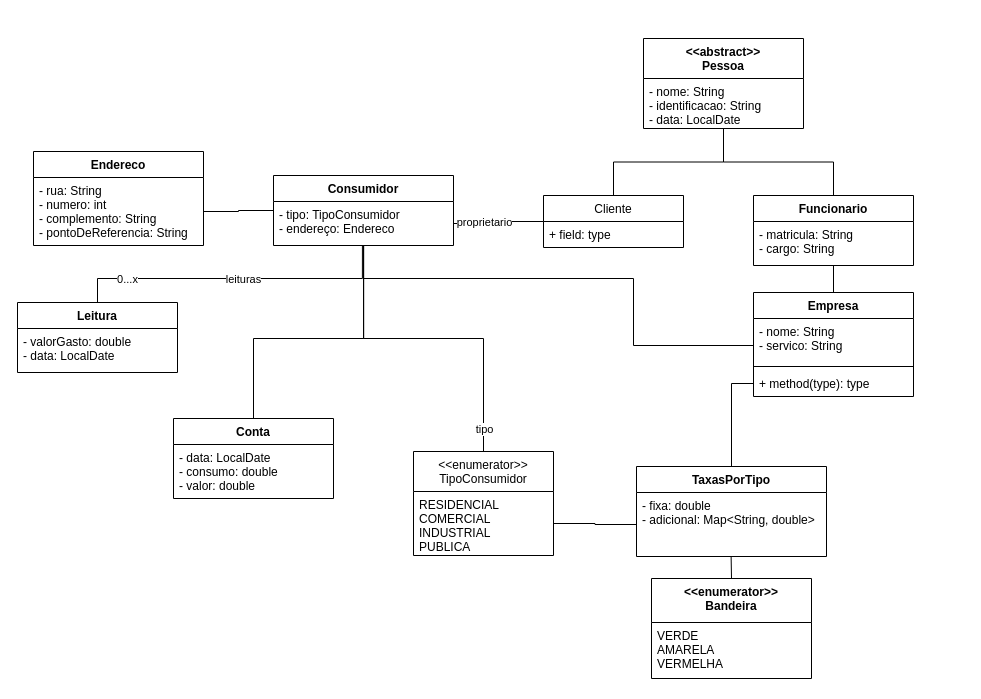
Before: informações do projeto/entrega 02 - diagrama de classes UML/Lifeway.drawio in ronaldo26rodrigues/Lifeway, a draw.io diagram. Source tidied: cells renumbered, new cells numbered last; positions are measured from the earlier drawing's top-left corner, leaving out a move shared by most shapes. Both pictures are drawn from the tidied source at 100%, with x=0, y=0 at pixel (17, 38).
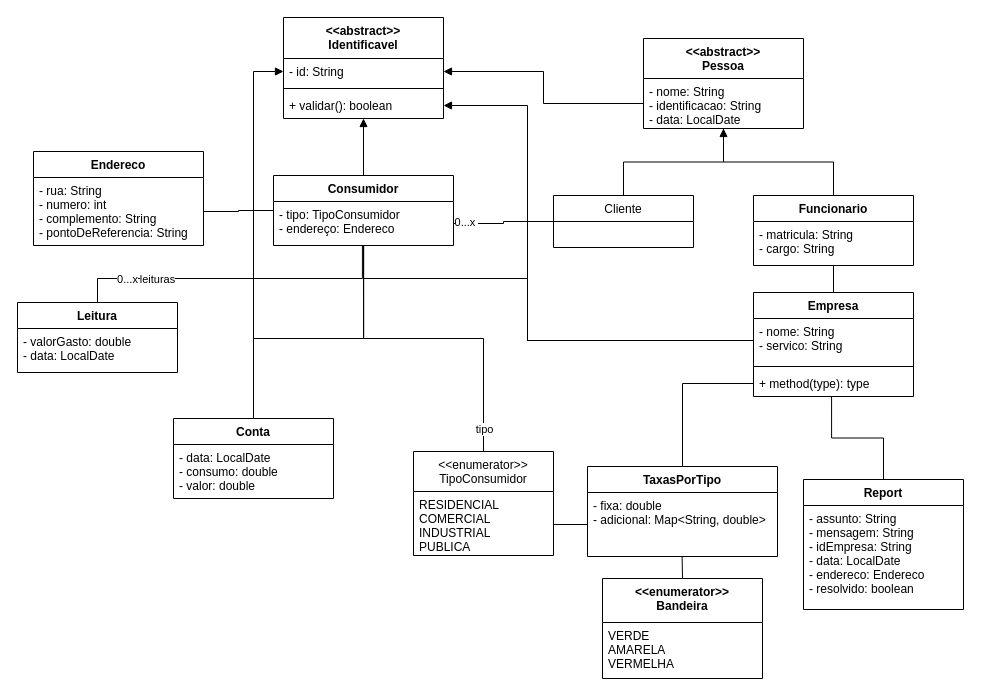
Above is the later version.

The change refers to these unchanged cells:
```xml
<mxCell id="3" style="edgeStyle=orthogonalEdgeStyle;rounded=0;jettySize=auto;html=1;exitX=0.494;exitY=0.997;exitDx=0;exitDy=0;entryX=0.5;entryY=0;entryDx=0;entryDy=0;endArrow=none;endFill=0;exitPerimeter=0;" parent="1" edge="1" source="8" target="26">
  <mxGeometry relative="1" as="geometry">
    <Array as="points">
      <mxPoint x="345" y="240" />
      <mxPoint x="80" y="240" />
    </Array>
  </mxGeometry>
</mxCell>
<mxCell id="7" value="Consumidor" style="swimlane;fontStyle=1;align=center;verticalAlign=top;horizontal=1;startSize=26;" parent="1" vertex="1">
  <mxGeometry x="256" y="137" width="180" height="70" as="geometry" />
</mxCell>
<mxCell id="15" value="&lt;&lt;abstract&gt;&gt;&#10;Pessoa" style="swimlane;fontStyle=1;align=center;verticalAlign=top;horizontal=1;startSize=40;" parent="1" vertex="1">
  <mxGeometry x="626" width="160" height="90" as="geometry" />
</mxCell>
<mxCell id="16" value="- nome: String&#10;- identificacao: String&#10;- data: LocalDate" style="text;strokeColor=none;fillColor=none;align=left;verticalAlign=top;spacingLeft=4;spacingRight=4;overflow=hidden;points=[[0,0.5],[1,0.5]];portConstraint=eastwest;" parent="15" vertex="1">
  <mxGeometry y="40" width="160" height="50" as="geometry" />
</mxCell>
<mxCell id="22" style="edgeStyle=orthogonalEdgeStyle;rounded=0;jettySize=auto;html=1;exitX=0;exitY=0.5;exitDx=0;exitDy=0;entryX=1;entryY=0.5;entryDx=0;entryDy=0;endArrow=none;endFill=0;" parent="1" edge="1" source="24" target="8">
  <mxGeometry relative="1" as="geometry" />
</mxCell>
<mxCell id="36" value="- nome: String&#10;- servico: String" style="text;strokeColor=none;fillColor=none;align=left;verticalAlign=top;spacingLeft=4;spacingRight=4;overflow=hidden;points=[[0,0.5],[1,0.5]];portConstraint=eastwest;" parent="35" vertex="1">
  <mxGeometry y="26" width="160" height="44" as="geometry" />
</mxCell>
<mxCell id="38" value="+ method(type): type" style="text;strokeColor=none;fillColor=none;align=left;verticalAlign=top;spacingLeft=4;spacingRight=4;overflow=hidden;points=[[0,0.5],[1,0.5]];portConstraint=eastwest;" parent="35" vertex="1">
  <mxGeometry y="78" width="160" height="26" as="geometry" />
</mxCell>
<mxCell id="40" value="Conta" style="swimlane;fontStyle=1;align=center;verticalAlign=top;horizontal=1;startSize=26;" parent="1" vertex="1">
  <mxGeometry x="156" y="380" width="160" height="80" as="geometry" />
</mxCell>
```

The edit, as a diff of the source:
```diff
@@
     <mxCell id="4" value="leituras" style="edgeLabel;html=1;align=center;verticalAlign=middle;" parent="3" vertex="1">
       <mxGeometry x="-0.67" relative="1" as="geometry">
-        <mxPoint x="-100" as="offset" />
+        <mxPoint x="-186" as="offset" />
       </mxGeometry>
     </mxCell>
@@
-    <mxCell id="6" style="edgeStyle=orthogonalEdgeStyle;rounded=0;jettySize=auto;html=1;exitX=0.75;exitY=1;exitDx=0;exitDy=0;entryX=0;entryY=0.5;entryDx=0;entryDy=0;endArrow=none;endFill=0;" parent="1" edge="1" source="7" target="36">
+    <mxCell id="6" style="edgeStyle=orthogonalEdgeStyle;rounded=0;jettySize=auto;html=1;exitX=0.75;exitY=1;exitDx=0;exitDy=0;endArrow=none;endFill=0;entryX=0;entryY=0.5;entryDx=0;entryDy=0;" parent="1" edge="1" source="7" target="36">
       <mxGeometry relative="1" as="geometry">
         <Array as="points">
           <mxPoint x="346" y="207" />
           <mxPoint x="346" y="240" />
-          <mxPoint x="616" y="240" />
-          <mxPoint x="616" y="307" />
-          <mxPoint x="736" y="307" />
+          <mxPoint x="510" y="240" />
+          <mxPoint x="510" y="302" />
         </Array>
       </mxGeometry>
     </mxCell>
@@
-    <mxCell id="14" style="edgeStyle=orthogonalEdgeStyle;rounded=0;jettySize=auto;html=1;exitX=0.5;exitY=1;exitDx=0;exitDy=0;entryX=0.5;entryY=0;entryDx=0;entryDy=0;endArrow=none;endFill=0;" parent="1" edge="1" source="15" target="24">
+    <mxCell id="14" style="edgeStyle=orthogonalEdgeStyle;rounded=0;jettySize=auto;html=1;exitX=0.5;exitY=1;exitDx=0;exitDy=0;entryX=0.5;entryY=0;entryDx=0;entryDy=0;endArrow=none;endFill=0;startArrow=block;startFill=1;" parent="1" edge="1" source="15" target="24">
       <mxGeometry relative="1" as="geometry" />
     </mxCell>
@@
-    <mxCell id="23" value="proprietario" style="edgeLabel;html=1;align=center;verticalAlign=middle;" parent="22" vertex="1">
+    <mxCell id="23" value="0...x&amp;nbsp;" style="edgeLabel;html=1;align=center;verticalAlign=middle;" parent="22" vertex="1">
       <mxGeometry x="0.85" relative="1" as="geometry">
-        <mxPoint x="23" y="-2" as="offset" />
+        <mxPoint x="4" y="-2" as="offset" />
       </mxGeometry>
     </mxCell>
     <mxCell id="24" value="Cliente" style="swimlane;fontStyle=0;horizontal=1;startSize=26;fillColor=none;" parent="1" vertex="1">
-      <mxGeometry x="526" y="157" width="140" height="52" as="geometry" />
+      <mxGeometry x="536" y="157" width="140" height="52" as="geometry" />
     </mxCell>
-    <mxCell id="25" value="+ field: type" style="text;strokeColor=none;fillColor=none;align=left;verticalAlign=top;spacingLeft=4;spacingRight=4;overflow=hidden;" parent="24" vertex="1">
-      <mxGeometry y="26" width="140" height="26" as="geometry" />
-    </mxCell>
@@
     <mxCell id="29" value="TaxasPorTipo" style="swimlane;fontStyle=1;align=center;verticalAlign=top;horizontal=1;startSize=26;" parent="1" vertex="1">
-      <mxGeometry x="619" y="428" width="190" height="90" as="geometry" />
+      <mxGeometry x="570" y="428" width="190" height="90" as="geometry" />
     </mxCell>
@@
     <mxCell id="33" value="&lt;&lt;enumerator&gt;&gt;&#10;Bandeira" style="swimlane;fontStyle=1;align=center;verticalAlign=top;horizontal=1;startSize=44;" parent="1" vertex="1">
-      <mxGeometry x="634" y="540" width="160" height="100" as="geometry" />
+      <mxGeometry x="585" y="540" width="160" height="100" as="geometry" />
     </mxCell>
@@
+    <mxCell id="42" style="edgeStyle=orthogonalEdgeStyle;rounded=0;jettySize=auto;html=1;entryX=0.488;entryY=1.011;entryDx=0;entryDy=0;entryPerimeter=0;endArrow=none;endFill=0;" parent="1" edge="1" source="43" target="38">
+      <mxGeometry relative="1" as="geometry" />
+    </mxCell>
+    <mxCell id="43" value="Report" style="swimlane;fontStyle=1;align=center;verticalAlign=top;horizontal=1;startSize=26;" parent="1" vertex="1">
+      <mxGeometry x="786" y="441" width="160" height="130" as="geometry" />
+    </mxCell>
+    <mxCell id="44" value="- assunto: String&#10;- mensagem: String&#10;- idEmpresa: String&#10;- data: LocalDate&#10;- endereco: Endereco&#10;- resolvido: boolean" style="text;strokeColor=none;fillColor=none;align=left;verticalAlign=top;spacingLeft=4;spacingRight=4;overflow=hidden;" parent="43" vertex="1">
+      <mxGeometry y="26" width="160" height="104" as="geometry" />
+    </mxCell>
+    <mxCell id="45" style="edgeStyle=orthogonalEdgeStyle;rounded=0;jettySize=auto;html=1;exitX=0.5;exitY=1;exitDx=0;exitDy=0;entryX=0.5;entryY=0;entryDx=0;entryDy=0;endArrow=none;endFill=0;startArrow=block;startFill=1;" parent="1" edge="1" source="46" target="7">
+      <mxGeometry relative="1" as="geometry" />
+    </mxCell>
+    <mxCell id="46" value="&lt;&lt;abstract&gt;&gt;&#10;Identificavel" style="swimlane;fontStyle=1;align=center;verticalAlign=top;horizontal=1;startSize=41;" parent="1" vertex="1">
+      <mxGeometry x="266" y="-21" width="160" height="101" as="geometry" />
+    </mxCell>
+    <mxCell id="47" value="- id: String" style="text;strokeColor=none;fillColor=none;align=left;verticalAlign=top;spacingLeft=4;spacingRight=4;overflow=hidden;points=[[0,0.5],[1,0.5]];portConstraint=eastwest;" parent="46" vertex="1">
+      <mxGeometry y="41" width="160" height="26" as="geometry" />
+    </mxCell>
+    <mxCell id="48" style="line;strokeWidth=1;fillColor=none;align=left;verticalAlign=middle;spacingTop=-1;spacingLeft=3;spacingRight=3;labelPosition=right;" parent="46" vertex="1">
+      <mxGeometry y="67" width="160" height="8" as="geometry" />
+    </mxCell>
+    <mxCell id="49" value="+ validar(): boolean" style="text;strokeColor=none;fillColor=none;align=left;verticalAlign=top;spacingLeft=4;spacingRight=4;overflow=hidden;points=[[0,0.5],[1,0.5]];portConstraint=eastwest;" parent="46" vertex="1">
+      <mxGeometry y="75" width="160" height="26" as="geometry" />
+    </mxCell>
+    <mxCell id="50" style="edgeStyle=orthogonalEdgeStyle;rounded=0;jettySize=auto;html=1;exitX=1;exitY=0.5;exitDx=0;exitDy=0;entryX=0;entryY=0.5;entryDx=0;entryDy=0;endArrow=none;endFill=0;startArrow=block;startFill=1;" parent="1" edge="1" source="47" target="16">
+      <mxGeometry relative="1" as="geometry" />
+    </mxCell>
+    <mxCell id="51" style="edgeStyle=orthogonalEdgeStyle;rounded=0;jettySize=auto;html=1;exitX=0;exitY=0.5;exitDx=0;exitDy=0;entryX=0.5;entryY=0;entryDx=0;entryDy=0;endArrow=none;endFill=0;startArrow=block;startFill=1;" parent="1" edge="1" source="47" target="40">
+      <mxGeometry relative="1" as="geometry" />
+    </mxCell>
+    <mxCell id="52" style="edgeStyle=orthogonalEdgeStyle;rounded=0;jettySize=auto;html=1;exitX=1;exitY=0.5;exitDx=0;exitDy=0;endArrow=none;endFill=0;startArrow=block;startFill=1;entryX=0;entryY=0.5;entryDx=0;entryDy=0;" parent="1" edge="1" source="49" target="36">
+      <mxGeometry relative="1" as="geometry">
+        <Array as="points">
+          <mxPoint x="510" y="67" />
+          <mxPoint x="510" y="302" />
+        </Array>
+      </mxGeometry>
+    </mxCell>
```
